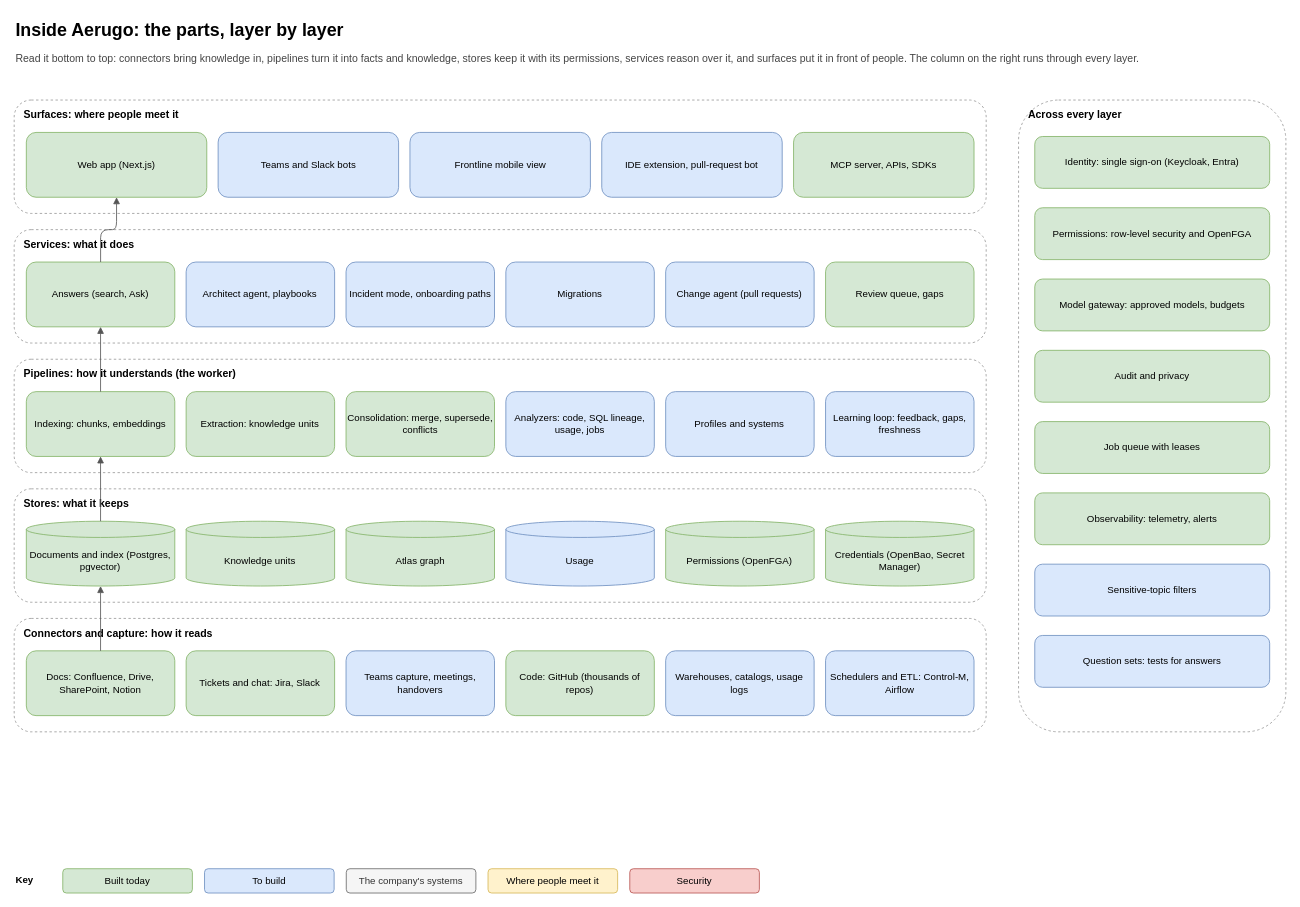
Before: page "2. Components" (2 of 10) of docs/architecture/aerugo-architecture.drawio in aerugo-hq/aerugo-self-host, a draw.io diagram. Source tidied: cells renumbered, new cells numbered last; positions are measured from the earlier drawing's top-left corner, leaving out a move shared by most shapes. Both pictures are drawn from the tidied source at 81%, with x=0, y=0 at pixel (14, 14).
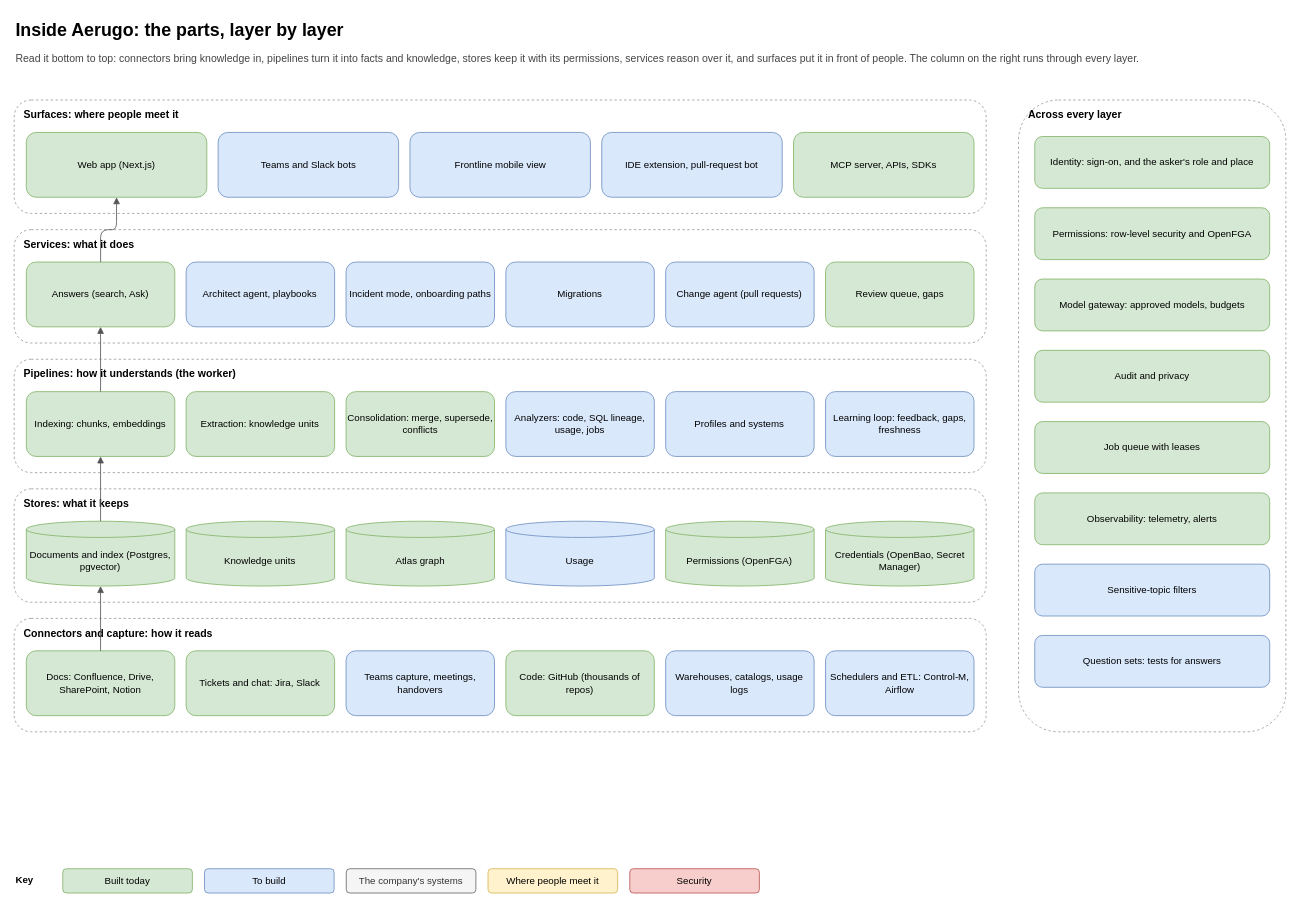
The same diagram, later.

The edit, as a diff of the source:
```diff
@@
-    <mxCell id="43" value="Identity: single sign-on (Keycloak, Entra)" style="rounded=1;whiteSpace=wrap;html=1;fillColor=#d5e8d4;strokeColor=#82b366;fontSize=12;" parent="1" vertex="1">
+    <mxCell id="43" value="Identity: sign-on, and the asker's role and place" style="rounded=1;whiteSpace=wrap;html=1;fillColor=#d5e8d4;strokeColor=#82b366;fontSize=12;" parent="1" vertex="1">
       <mxGeometry x="1260" y="151" width="290" height="64" as="geometry" />
     </mxCell>
```
